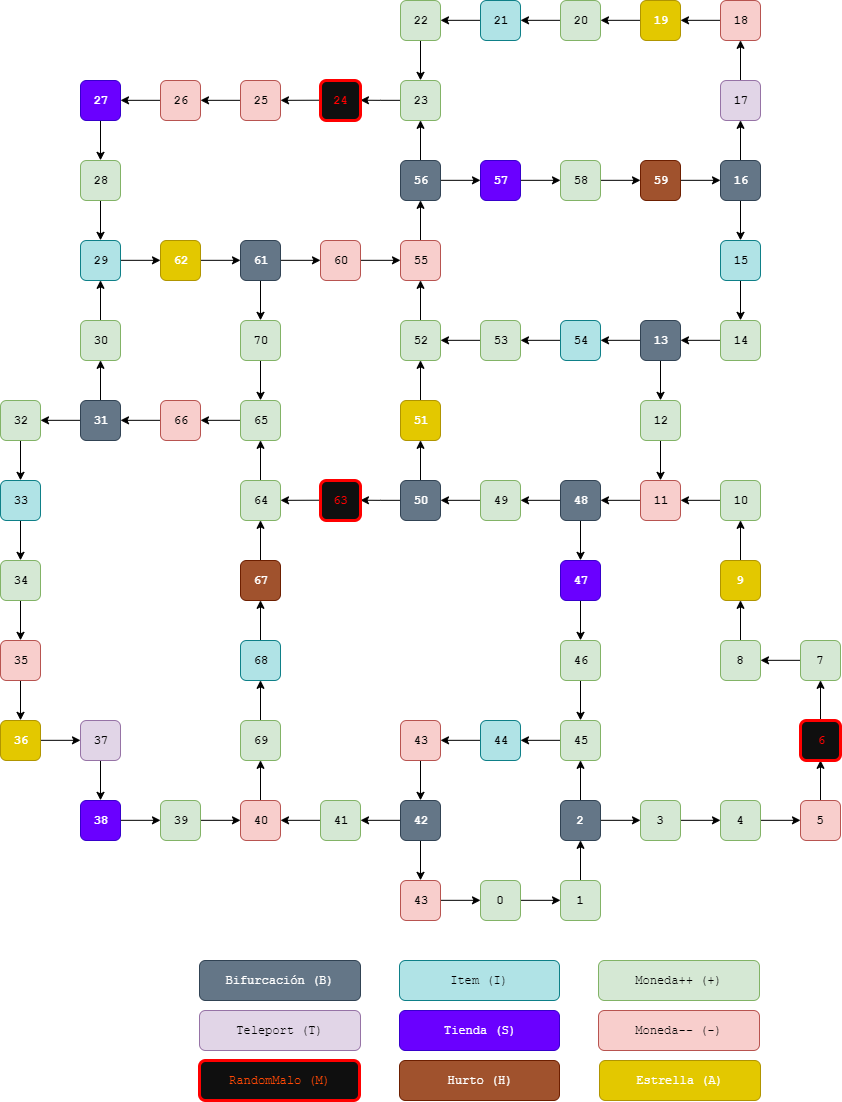
hansolo-unlam/MarioParty keeps this draw.io diagram as docs/map0.png. Above is the earlier version. Source tidied: cells renumbered, new cells last; positions are measured from the earlier drawing's top-left corner, leaving out a move shared by most shapes.
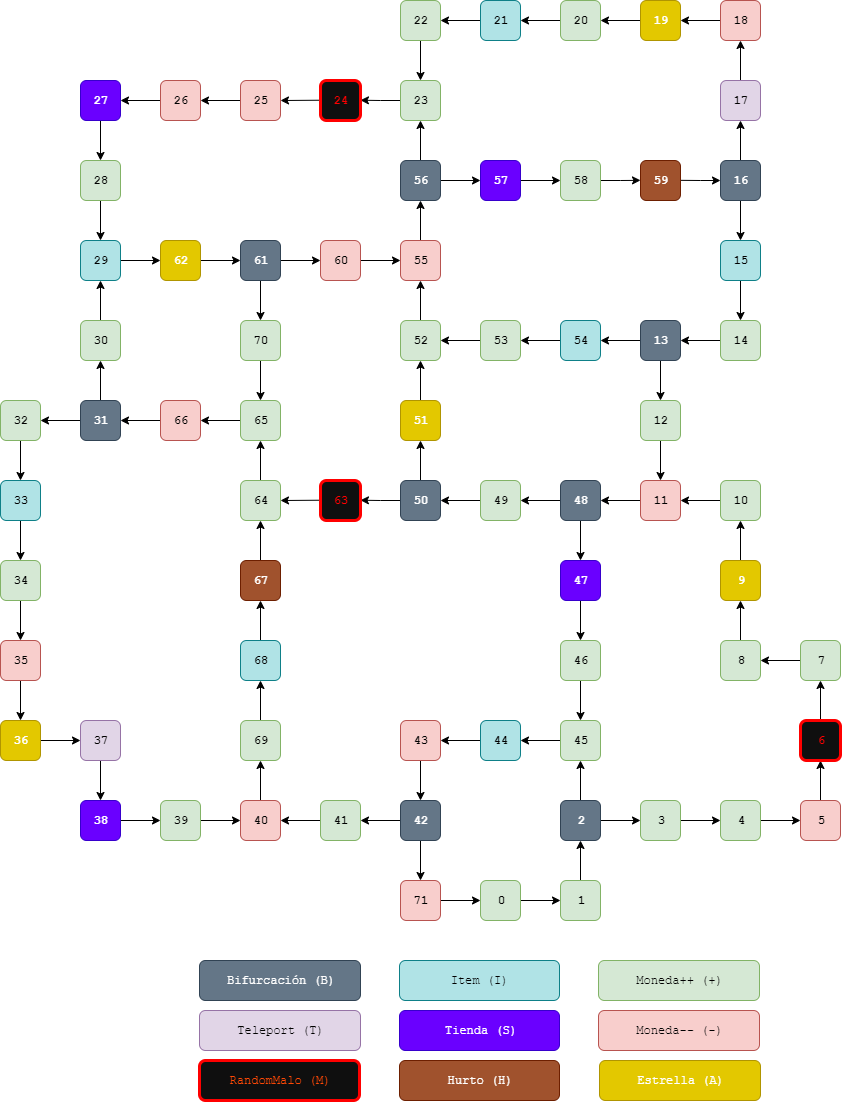
Later version of the same file.

The edit, as a diff of the source:
```diff
@@ -17,7 +17,7 @@
     <mxCell id="6" style="edgeStyle=orthogonalEdgeStyle;rounded=0;jettySize=auto;html=1;exitX=1;exitY=0.5;exitDx=0;exitDy=0;entryX=0;entryY=0.5;entryDx=0;entryDy=0;fontFamily=Courier New;fontStyle=1;" parent="1" edge="1" source="7" target="3">
       <mxGeometry relative="1" as="geometry" />
     </mxCell>
-    <mxCell id="7" value="43" style="rounded=1;whiteSpace=wrap;html=1;fontFamily=Courier New;fillColor=#f8cecc;strokeColor=#b85450;fontStyle=1;" parent="1" vertex="1">
+    <mxCell id="7" value="71" style="rounded=1;whiteSpace=wrap;html=1;fontFamily=Courier New;fillColor=#f8cecc;strokeColor=#b85450;fontStyle=1;" parent="1" vertex="1">
       <mxGeometry x="400" y="880" width="40" height="40" as="geometry" />
     </mxCell>
     <mxCell id="8" style="edgeStyle=orthogonalEdgeStyle;rounded=0;jettySize=auto;html=1;exitX=0.5;exitY=0;exitDx=0;exitDy=0;entryX=0.5;entryY=1;entryDx=0;entryDy=0;fontFamily=Courier New;fontStyle=1;" parent="1" edge="1" source="10" target="15">
```
